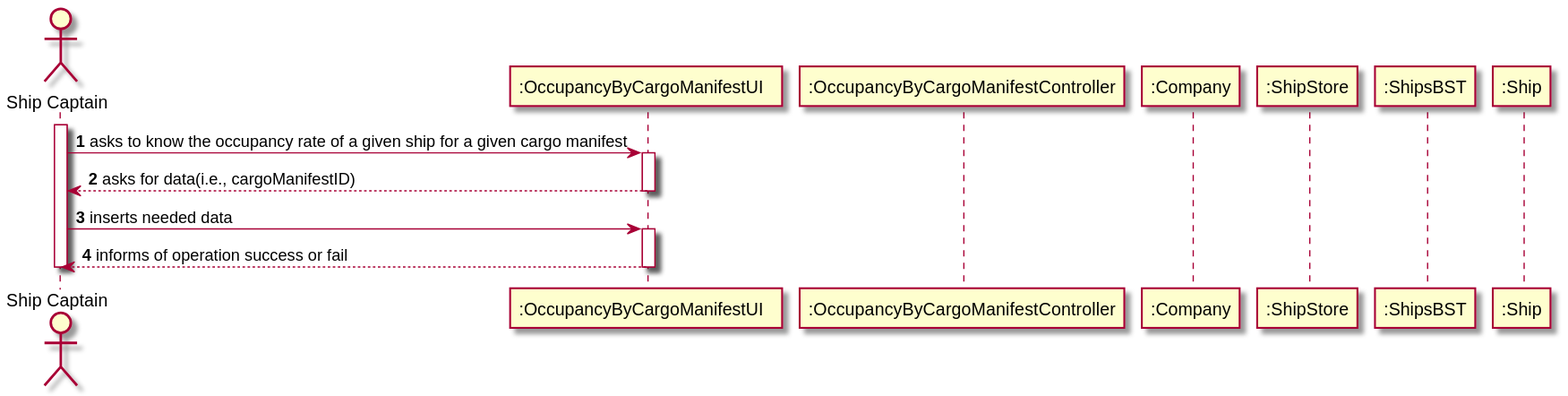
This is docs/US208/US_208_SD.svg from ana-albergaria/LAPR3-ISEP, a PlantUML export, as it was before one commit.
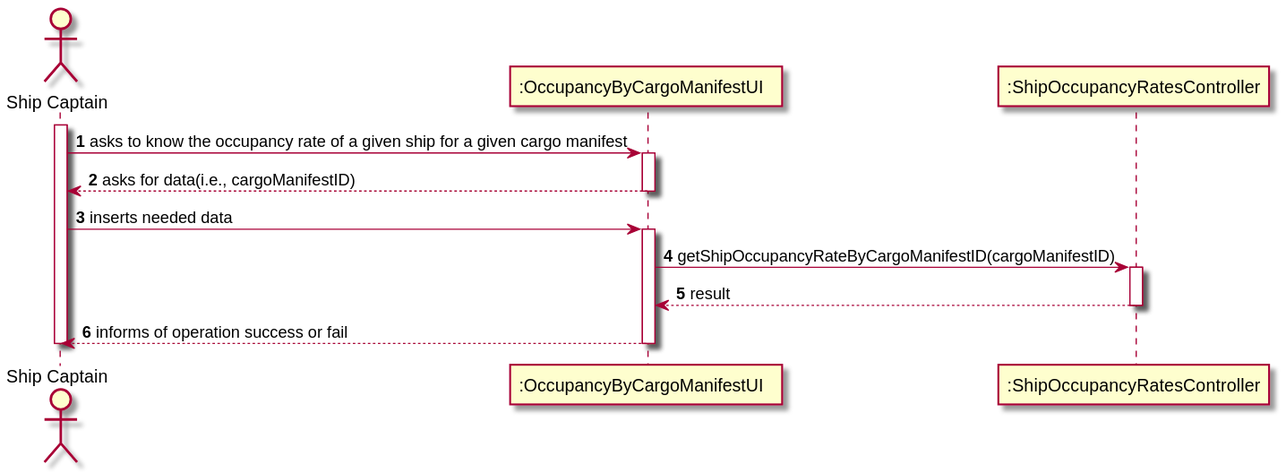
Above is the later version.

Change to the diagram source:
```diff
@@ -2,11 +2,7 @@
 autonumber
 actor "Ship Captain" as SC
 participant ":OccupancyByCargoManifestUI  " as UI
-participant ":OccupancyByCargoManifestController" as CTRL
-participant ":Company" as CMP
-participant ":ShipStore" as STORE
-participant ":ShipsBST" as SBST
-participant ":Ship" as SHIP
+participant ":ShipOccupancyRatesController" as CTRL
 
 activate SC
 SC -> UI : asks to know the occupancy rate of a given ship for a given cargo manifest
@@ -15,6 +11,11 @@
 deactivate UI
 SC -> UI : inserts needed data
 activate UI
+UI -> CTRL : getShipOccupancyRateByCargoManifestID(cargoManifestID)
+activate CTRL
+
+CTRL --> UI : result
+deactivate CTRL
 UI --> SC : informs of operation success or fail
 deactivate UI
 deactivate SC
```
